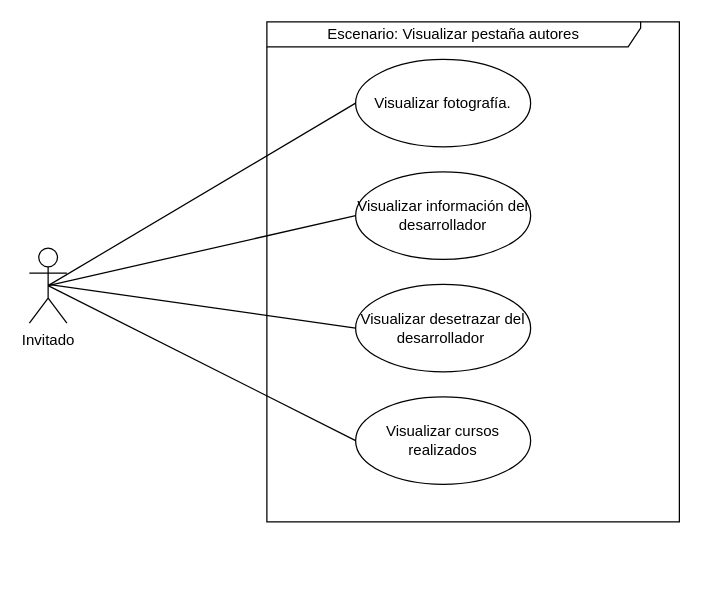
Before: page "Visualizar pestaña autores" (3 of 13) of documentacion/Untitled Diagram.drawio in nicasop/PROYECTO_INTEGRADOR_P58, a draw.io diagram. Source tidied: cells renumbered, new cells numbered last; positions are measured from the earlier drawing's top-left corner, leaving out a move shared by most shapes. Both pictures are drawn from the tidied source at 125%, with x=0, y=0 at pixel (29, 21).
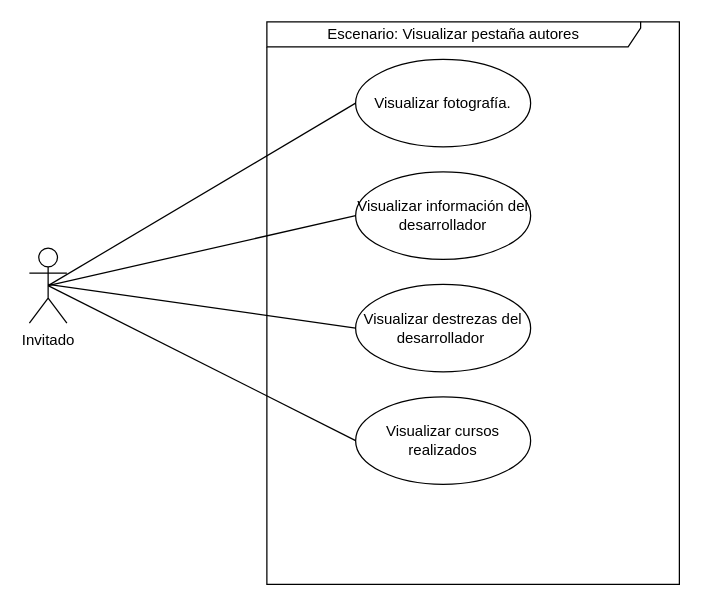
Above is the later version.

Change to the diagram source:
```diff
@@
 <mxGraphModel>
   <root>
     <mxCell id="0" />
     <mxCell id="1" parent="0" />
     <mxCell id="2" value="Escenario: Visualizar pestaña autores" style="shape=umlFrame;whiteSpace=wrap;html=1;width=299;height=20;" parent="1" vertex="1">
-      <mxGeometry x="190" width="330" height="400" as="geometry" />
+      <mxGeometry x="190" width="330" height="450" as="geometry" />
     </mxCell>
     <mxCell id="3" value="Invitado" style="shape=umlActor;verticalLabelPosition=bottom;verticalAlign=top;html=1;" parent="1" vertex="1">
       <mxGeometry y="181" width="30" height="60" as="geometry" />
     </mxCell>
     <mxCell id="4" value="Visualizar información del desarrollador" style="ellipse;whiteSpace=wrap;html=1;" parent="1" vertex="1">
       <mxGeometry x="261" y="120" width="140" height="70" as="geometry" />
     </mxCell>
-    <mxCell id="5" value="Visualizar desetrazar del desarrollador&amp;nbsp;" style="ellipse;whiteSpace=wrap;html=1;" parent="1" vertex="1">
+    <mxCell id="5" value="Visualizar destrezas del desarrollador&amp;nbsp;" style="ellipse;whiteSpace=wrap;html=1;" parent="1" vertex="1">
       <mxGeometry x="261" y="210" width="140" height="70" as="geometry" />
     </mxCell>
     <mxCell id="6" value="Visualizar cursos realizados" style="ellipse;whiteSpace=wrap;html=1;" parent="1" vertex="1">
       <mxGeometry x="261" y="300" width="140" height="70" as="geometry" />
     </mxCell>
     <mxCell id="7" style="endArrow=none;html=1;exitX=0.5;exitY=0.5;exitDx=0;exitDy=0;exitPerimeter=0;entryX=0;entryY=0.5;entryDx=0;entryDy=0;" parent="1" edge="1" source="3" target="4">
       <mxGeometry relative="1" as="geometry" />
     </mxCell>
     <mxCell id="8" style="endArrow=none;html=1;entryX=0;entryY=0.5;entryDx=0;entryDy=0;" parent="1" edge="1" target="5">
       <mxGeometry relative="1" as="geometry">
         <mxPoint x="15" y="210" as="sourcePoint" />
       </mxGeometry>
     </mxCell>
     <mxCell id="9" style="endArrow=none;html=1;exitX=0.5;exitY=0.5;exitDx=0;exitDy=0;exitPerimeter=0;entryX=0;entryY=0.5;entryDx=0;entryDy=0;" parent="1" edge="1" source="3" target="6">
       <mxGeometry relative="1" as="geometry" />
     </mxCell>
     <mxCell id="10" value="Visualizar fotografía." style="ellipse;whiteSpace=wrap;html=1;" parent="1" vertex="1">
       <mxGeometry x="261" y="30" width="140" height="70" as="geometry" />
     </mxCell>
     <mxCell id="11" style="endArrow=none;html=1;exitX=0.5;exitY=0.5;exitDx=0;exitDy=0;exitPerimeter=0;entryX=0;entryY=0.5;entryDx=0;entryDy=0;" parent="1" edge="1" source="3" target="10">
       <mxGeometry relative="1" as="geometry" />
     </mxCell>
   </root>
 </mxGraphModel>
```
